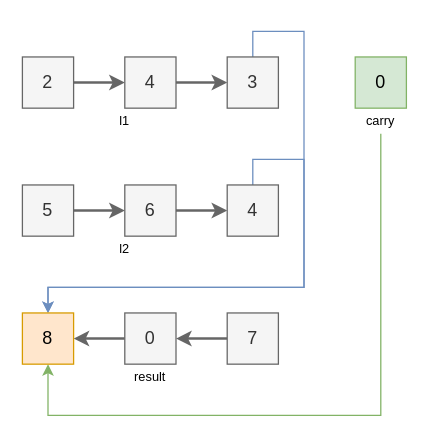
Earlier version of the draw.io diagram page "3" (3 of 3) of problems/problem2.drawio (hanggrian/grind-leetcode). Source tidied: cells renumbered, new cells numbered last; positions are measured from the earlier drawing's top-left corner, leaving out a move shared by most shapes. Both pictures are drawn from the tidied source at 128%, with x=0, y=0 at pixel (22, 31).
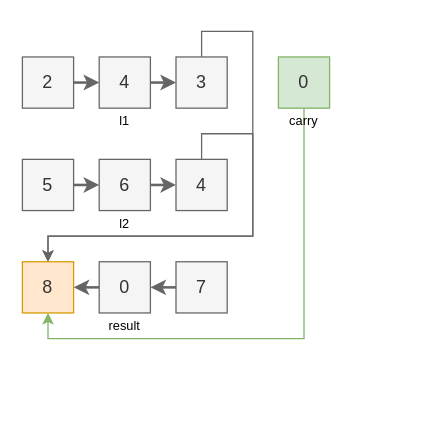
The same diagram, later.

What changed in the source:
```diff
@@
     <mxCell id="5" value="4" style="text;html=1;align=center;verticalAlign=middle;whiteSpace=wrap;rounded=0;fillColor=#f5f5f5;strokeColor=#666666;fontSize=14;fontColor=#333333;" parent="1" vertex="1">
-      <mxGeometry x="80" y="20" width="40" height="40" as="geometry" />
+      <mxGeometry x="60" y="20" width="40" height="40" as="geometry" />
     </mxCell>
-    <mxCell id="6" style="edgeStyle=orthogonalEdgeStyle;rounded=0;jettySize=auto;html=1;exitX=0.5;exitY=0;exitDx=0;exitDy=0;entryX=0.5;entryY=0;entryDx=0;entryDy=0;fillColor=#dae8fc;strokeColor=#6c8ebf;" parent="1" edge="1" source="7" target="24">
+    <mxCell id="6" style="edgeStyle=orthogonalEdgeStyle;rounded=0;jettySize=auto;html=1;exitX=0.5;exitY=0;exitDx=0;exitDy=0;entryX=0.5;entryY=0;entryDx=0;entryDy=0;fillColor=#f5f5f5;strokeColor=#666666;" parent="1" edge="1" source="7" target="24">
       <mxGeometry relative="1" as="geometry">
         <Array as="points">
+          <mxPoint x="140" />
           <mxPoint x="180" />
-          <mxPoint x="220" />
-          <mxPoint x="220" y="200" />
-          <mxPoint x="20" y="200" />
+          <mxPoint x="180" y="160" />
+          <mxPoint x="20" y="160" />
         </Array>
       </mxGeometry>
     </mxCell>
     <mxCell id="7" value="3" style="text;html=1;align=center;verticalAlign=middle;whiteSpace=wrap;rounded=0;fillColor=#f5f5f5;strokeColor=#666666;fontSize=14;fontColor=#333333;" parent="1" vertex="1">
-      <mxGeometry x="160" y="20" width="40" height="40" as="geometry" />
+      <mxGeometry x="120" y="20" width="40" height="40" as="geometry" />
     </mxCell>
@@
     <mxCell id="10" value="5" style="text;html=1;align=center;verticalAlign=middle;whiteSpace=wrap;rounded=0;fillColor=#f5f5f5;strokeColor=#666666;fontSize=14;fontColor=#333333;" parent="1" vertex="1">
-      <mxGeometry y="120" width="40" height="40" as="geometry" />
+      <mxGeometry y="100" width="40" height="40" as="geometry" />
     </mxCell>
@@
     <mxCell id="12" value="6" style="text;html=1;align=center;verticalAlign=middle;whiteSpace=wrap;rounded=0;fillColor=#f5f5f5;strokeColor=#666666;fontSize=14;fontColor=#333333;" parent="1" vertex="1">
-      <mxGeometry x="80" y="120" width="40" height="40" as="geometry" />
+      <mxGeometry x="60" y="100" width="40" height="40" as="geometry" />
     </mxCell>
-    <mxCell id="13" style="edgeStyle=orthogonalEdgeStyle;rounded=0;jettySize=auto;html=1;exitX=0.5;exitY=0;exitDx=0;exitDy=0;entryX=0.5;entryY=0;entryDx=0;entryDy=0;fillColor=#dae8fc;strokeColor=#6c8ebf;" parent="1" edge="1" source="14" target="24">
+    <mxCell id="13" style="edgeStyle=orthogonalEdgeStyle;rounded=0;jettySize=auto;html=1;exitX=0.5;exitY=0;exitDx=0;exitDy=0;entryX=0.5;entryY=0;entryDx=0;entryDy=0;fillColor=#f5f5f5;strokeColor=#666666;" parent="1" edge="1" source="14" target="24">
       <mxGeometry relative="1" as="geometry">
         <Array as="points">
-          <mxPoint x="180" y="100" />
-          <mxPoint x="220" y="100" />
-          <mxPoint x="220" y="200" />
-          <mxPoint x="20" y="200" />
+          <mxPoint x="140" y="80" />
+          <mxPoint x="180" y="80" />
+          <mxPoint x="180" y="160" />
+          <mxPoint x="20" y="160" />
         </Array>
       </mxGeometry>
     </mxCell>
     <mxCell id="14" value="4" style="text;html=1;align=center;verticalAlign=middle;whiteSpace=wrap;rounded=0;fillColor=#f5f5f5;strokeColor=#666666;fontSize=14;fontColor=#333333;" parent="1" vertex="1">
-      <mxGeometry x="160" y="120" width="40" height="40" as="geometry" />
+      <mxGeometry x="120" y="100" width="40" height="40" as="geometry" />
     </mxCell>
     <mxCell id="15" value="l2" style="text;html=1;align=center;verticalAlign=middle;whiteSpace=wrap;rounded=0;fontSize=10;" parent="1" vertex="1">
-      <mxGeometry y="160" width="160" height="20" as="geometry" />
+      <mxGeometry y="140" width="160" height="20" as="geometry" />
     </mxCell>
@@
     <mxCell id="17" value="7" style="text;html=1;align=center;verticalAlign=middle;whiteSpace=wrap;rounded=0;fillColor=#f5f5f5;strokeColor=#666666;fontSize=14;fontColor=#333333;" parent="1" vertex="1">
-      <mxGeometry x="160" y="220" width="40" height="40" as="geometry" />
+      <mxGeometry x="120" y="180" width="40" height="40" as="geometry" />
     </mxCell>
     <mxCell id="18" value="result" style="text;html=1;align=center;verticalAlign=middle;whiteSpace=wrap;rounded=0;fontSize=10;" parent="1" vertex="1">
-      <mxGeometry y="260" width="200" height="20" as="geometry" />
+      <mxGeometry y="220" width="160" height="20" as="geometry" />
     </mxCell>
-    <mxCell id="19" value="0" style="text;html=1;align=center;verticalAlign=middle;whiteSpace=wrap;rounded=0;fillColor=#d5e8d4;strokeColor=#82b366;fontSize=14;" parent="1" vertex="1">
-      <mxGeometry x="260" y="20" width="40" height="40" as="geometry" />
+    <mxCell id="19" value="0" style="text;html=1;align=center;verticalAlign=middle;whiteSpace=wrap;rounded=0;fillColor=#d5e8d4;strokeColor=#82b366;fontSize=14;fontColor=#333333;" parent="1" vertex="1">
+      <mxGeometry x="200" y="20" width="40" height="40" as="geometry" />
     </mxCell>
-    <mxCell id="20" style="edgeStyle=orthogonalEdgeStyle;rounded=0;jettySize=auto;html=1;exitX=0.5;exitY=1;exitDx=0;exitDy=0;entryX=0.5;entryY=1;entryDx=0;entryDy=0;fillColor=#d5e8d4;strokeColor=#82b366;" parent="1" edge="1" source="21" target="24">
+    <mxCell id="20" style="edgeStyle=orthogonalEdgeStyle;rounded=0;jettySize=auto;html=1;exitX=0.5;exitY=0;exitDx=0;exitDy=0;entryX=0.5;entryY=1;entryDx=0;entryDy=0;fillColor=#d5e8d4;strokeColor=#82b366;" parent="1" edge="1" source="21" target="24">
       <mxGeometry relative="1" as="geometry">
         <Array as="points">
-          <mxPoint x="280" y="300" />
-          <mxPoint x="20" y="300" />
+          <mxPoint x="220" y="240" />
+          <mxPoint x="20" y="240" />
         </Array>
       </mxGeometry>
     </mxCell>
     <mxCell id="21" value="carry" style="text;html=1;align=center;verticalAlign=middle;whiteSpace=wrap;rounded=0;fontSize=10;" parent="1" vertex="1">
-      <mxGeometry x="260" y="60" width="40" height="20" as="geometry" />
+      <mxGeometry x="200" y="60" width="40" height="20" as="geometry" />
     </mxCell>
@@
     <mxCell id="23" value="0" style="text;html=1;align=center;verticalAlign=middle;whiteSpace=wrap;rounded=0;fillColor=#f5f5f5;strokeColor=#666666;fontSize=14;fontColor=#333333;" parent="1" vertex="1">
-      <mxGeometry x="80" y="220" width="40" height="40" as="geometry" />
+      <mxGeometry x="60" y="180" width="40" height="40" as="geometry" />
     </mxCell>
-    <mxCell id="24" value="8" style="text;html=1;align=center;verticalAlign=middle;whiteSpace=wrap;rounded=0;fillColor=#ffe6cc;strokeColor=#d79b00;fontSize=14;" parent="1" vertex="1">
-      <mxGeometry y="220" width="40" height="40" as="geometry" />
+    <mxCell id="24" value="8" style="text;html=1;align=center;verticalAlign=middle;whiteSpace=wrap;rounded=0;fillColor=#ffe6cc;strokeColor=#d79b00;fontSize=14;fontColor=#333333;" parent="1" vertex="1">
+      <mxGeometry y="180" width="40" height="40" as="geometry" />
     </mxCell>
```
